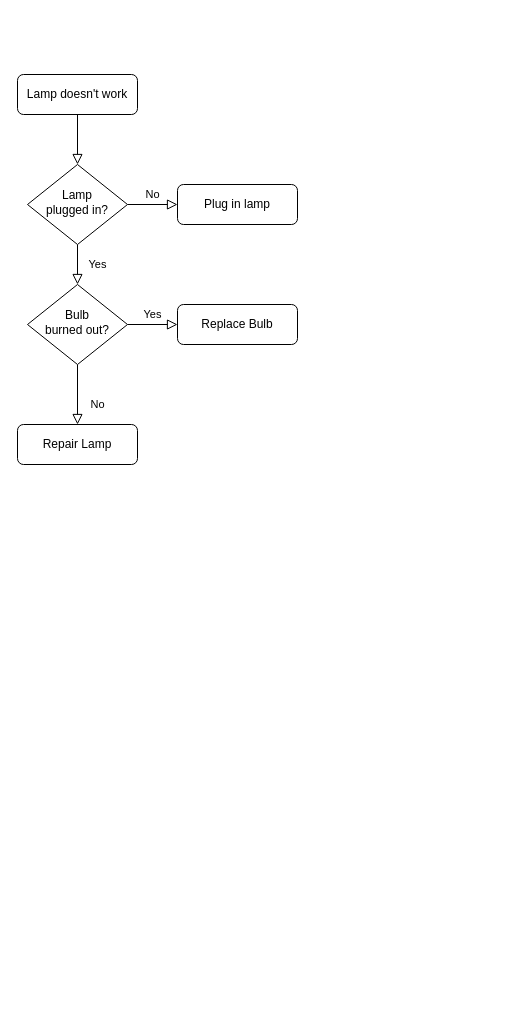
Above: Untitled Diagram.drawio in doushabao7466/firstGit (draw.io), before the change. Source tidied: cells renumbered, new cells numbered last; positions are measured from the earlier drawing's top-left corner, leaving out a move shared by most shapes. Both pictures are drawn from the tidied source at 100%, with x=0, y=0 at pixel (17, 74).
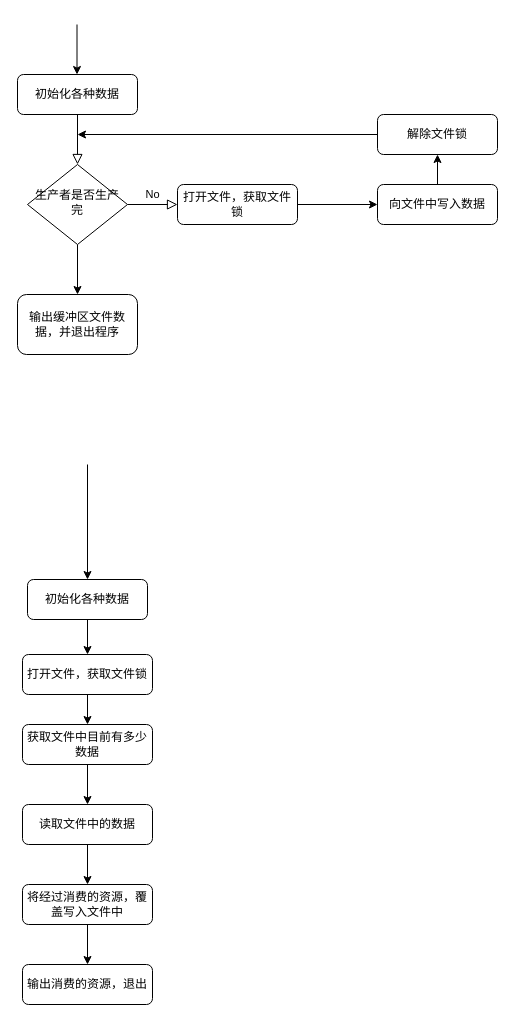
After the change.

Change to the diagram source:
```diff
@@
-    <mxCell id="3" value="Lamp doesn't work" style="rounded=1;whiteSpace=wrap;html=1;fontSize=12;glass=0;strokeWidth=1;shadow=0;" parent="1" vertex="1">
+    <mxCell id="3" value="初始化各种数据" style="rounded=1;whiteSpace=wrap;html=1;fontSize=12;glass=0;strokeWidth=1;shadow=0;" parent="1" vertex="1">
       <mxGeometry width="120" height="40" as="geometry" />
     </mxCell>
-    <mxCell id="4" value="Yes" style="rounded=0;html=1;jettySize=auto;fontSize=11;endArrow=block;endFill=0;endSize=8;strokeWidth=1;shadow=0;labelBackgroundColor=none;edgeStyle=orthogonalEdgeStyle;" parent="1" edge="1" source="6" target="10">
-      <mxGeometry y="20" relative="1" as="geometry" />
-    </mxCell>
@@
+    <mxCell id="13" style="edgeStyle=orthogonalEdgeStyle;rounded=0;jettySize=auto;html=1;exitX=0.5;exitY=1;exitDx=0;exitDy=0;entryX=0.5;entryY=0;entryDx=0;entryDy=0;" parent="1" edge="1" source="6" target="20">
+      <mxGeometry relative="1" as="geometry" />
+    </mxCell>
-    <mxCell id="6" value="Lamp&lt;br&gt;plugged in?" style="rhombus;whiteSpace=wrap;html=1;shadow=0;fontFamily=Helvetica;fontSize=12;align=center;strokeWidth=1;spacing=6;spacingTop=-4;" parent="1" vertex="1">
+    <mxCell id="6" value="生产者是否生产完" style="rhombus;whiteSpace=wrap;html=1;shadow=0;fontFamily=Helvetica;fontSize=12;align=center;strokeWidth=1;spacing=6;spacingTop=-4;" parent="1" vertex="1">
       <mxGeometry x="10" y="90" width="100" height="80" as="geometry" />
     </mxCell>
+    <mxCell id="14" style="edgeStyle=orthogonalEdgeStyle;rounded=0;jettySize=auto;html=1;" parent="1" edge="1" source="7" target="16">
+      <mxGeometry relative="1" as="geometry" />
+    </mxCell>
-    <mxCell id="7" value="Plug in lamp" style="rounded=1;whiteSpace=wrap;html=1;fontSize=12;glass=0;strokeWidth=1;shadow=0;" parent="1" vertex="1">
+    <mxCell id="7" value="打开文件，获取文件锁" style="rounded=1;whiteSpace=wrap;html=1;fontSize=12;glass=0;strokeWidth=1;shadow=0;" parent="1" vertex="1">
       <mxGeometry x="160" y="110" width="120" height="40" as="geometry" />
     </mxCell>
-    <mxCell id="8" value="No" style="rounded=0;html=1;jettySize=auto;fontSize=11;endArrow=block;endFill=0;endSize=8;strokeWidth=1;shadow=0;labelBackgroundColor=none;edgeStyle=orthogonalEdgeStyle;" parent="1" edge="1" source="10" target="11">
-      <mxGeometry x="0.33" y="20" relative="1" as="geometry" />
-    </mxCell>
-    <mxCell id="9" value="Yes" style="edgeStyle=orthogonalEdgeStyle;rounded=0;html=1;jettySize=auto;fontSize=11;endArrow=block;endFill=0;endSize=8;strokeWidth=1;shadow=0;labelBackgroundColor=none;" parent="1" edge="1" source="10" target="12">
-      <mxGeometry y="10" relative="1" as="geometry" />
-    </mxCell>
-    <mxCell id="10" value="Bulb&lt;br&gt;burned out?" style="rhombus;whiteSpace=wrap;html=1;shadow=0;fontFamily=Helvetica;fontSize=12;align=center;strokeWidth=1;spacing=6;spacingTop=-4;" parent="1" vertex="1">
-      <mxGeometry x="10" y="210" width="100" height="80" as="geometry" />
-    </mxCell>
-    <mxCell id="11" value="Repair Lamp" style="rounded=1;whiteSpace=wrap;html=1;fontSize=12;glass=0;strokeWidth=1;shadow=0;" parent="1" vertex="1">
-      <mxGeometry y="350" width="120" height="40" as="geometry" />
-    </mxCell>
-    <mxCell id="12" value="Replace Bulb" style="rounded=1;whiteSpace=wrap;html=1;fontSize=12;glass=0;strokeWidth=1;shadow=0;" parent="1" vertex="1">
-      <mxGeometry x="160" y="230" width="120" height="40" as="geometry" />
-    </mxCell>
+    <mxCell id="15" style="edgeStyle=orthogonalEdgeStyle;rounded=0;jettySize=auto;html=1;" parent="1" edge="1" source="16" target="18">
+      <mxGeometry relative="1" as="geometry" />
+    </mxCell>
+    <mxCell id="16" value="向文件中写入数据" style="rounded=1;whiteSpace=wrap;html=1;fontSize=12;glass=0;strokeWidth=1;shadow=0;" parent="1" vertex="1">
+      <mxGeometry x="360" y="110" width="120" height="40" as="geometry" />
+    </mxCell>
+    <mxCell id="17" style="edgeStyle=orthogonalEdgeStyle;rounded=0;jettySize=auto;html=1;" parent="1" edge="1" source="18">
+      <mxGeometry relative="1" as="geometry">
+        <mxPoint x="60" y="60" as="targetPoint" />
+      </mxGeometry>
+    </mxCell>
+    <mxCell id="18" value="解除文件锁" style="rounded=1;whiteSpace=wrap;html=1;fontSize=12;glass=0;strokeWidth=1;shadow=0;" parent="1" vertex="1">
+      <mxGeometry x="360" y="40" width="120" height="40" as="geometry" />
+    </mxCell>
+    <mxCell id="19" style="endArrow=classic;html=1;" parent="1" edge="1">
+      <mxGeometry relative="1" as="geometry">
+        <mxPoint x="59.5" y="-50" as="sourcePoint" />
+        <mxPoint x="59.5" as="targetPoint" />
+      </mxGeometry>
+    </mxCell>
+    <mxCell id="20" value="输出缓冲区文件数据，并退出程序" style="rounded=1;whiteSpace=wrap;html=1;" parent="1" vertex="1">
+      <mxGeometry y="220" width="120" height="60" as="geometry" />
+    </mxCell>
+    <mxCell id="21" style="edgeStyle=orthogonalEdgeStyle;rounded=0;jettySize=auto;html=1;" parent="1" edge="1" source="22" target="24">
+      <mxGeometry relative="1" as="geometry" />
+    </mxCell>
+    <mxCell id="22" value="初始化各种数据" style="rounded=1;whiteSpace=wrap;html=1;fontSize=12;glass=0;strokeWidth=1;shadow=0;" parent="1" vertex="1">
+      <mxGeometry x="10" y="505" width="120" height="40" as="geometry" />
+    </mxCell>
+    <mxCell id="23" style="edgeStyle=orthogonalEdgeStyle;rounded=0;jettySize=auto;html=1;" parent="1" edge="1" source="24" target="26">
+      <mxGeometry relative="1" as="geometry" />
+    </mxCell>
+    <mxCell id="24" value="打开文件，获取文件锁" style="rounded=1;whiteSpace=wrap;html=1;fontSize=12;glass=0;strokeWidth=1;shadow=0;" parent="1" vertex="1">
+      <mxGeometry x="5" y="580" width="130" height="40" as="geometry" />
+    </mxCell>
+    <mxCell id="25" style="edgeStyle=orthogonalEdgeStyle;rounded=0;jettySize=auto;html=1;" parent="1" edge="1" source="26" target="28">
+      <mxGeometry relative="1" as="geometry" />
+    </mxCell>
+    <mxCell id="26" value="获取文件中目前有多少数据" style="rounded=1;whiteSpace=wrap;html=1;fontSize=12;glass=0;strokeWidth=1;shadow=0;" parent="1" vertex="1">
+      <mxGeometry x="5" y="650" width="130" height="40" as="geometry" />
+    </mxCell>
+    <mxCell id="27" style="edgeStyle=orthogonalEdgeStyle;rounded=0;jettySize=auto;html=1;" parent="1" edge="1" source="28" target="30">
+      <mxGeometry relative="1" as="geometry" />
+    </mxCell>
+    <mxCell id="28" value="读取文件中的数据" style="rounded=1;whiteSpace=wrap;html=1;fontSize=12;glass=0;strokeWidth=1;shadow=0;" parent="1" vertex="1">
+      <mxGeometry x="5" y="730" width="130" height="40" as="geometry" />
+    </mxCell>
+    <mxCell id="29" style="edgeStyle=orthogonalEdgeStyle;rounded=0;jettySize=auto;html=1;" parent="1" edge="1" source="30" target="31">
+      <mxGeometry relative="1" as="geometry" />
+    </mxCell>
+    <mxCell id="30" value="将经过消费的资源，覆盖写入文件中" style="rounded=1;whiteSpace=wrap;html=1;fontSize=12;glass=0;strokeWidth=1;shadow=0;" parent="1" vertex="1">
+      <mxGeometry x="5" y="810" width="130" height="40" as="geometry" />
+    </mxCell>
+    <mxCell id="31" value="输出消费的资源，退出" style="rounded=1;whiteSpace=wrap;html=1;fontSize=12;glass=0;strokeWidth=1;shadow=0;" parent="1" vertex="1">
+      <mxGeometry x="5" y="890" width="130" height="40" as="geometry" />
+    </mxCell>
+    <mxCell id="32" style="endArrow=classic;html=1;entryX=0.5;entryY=0;entryDx=0;entryDy=0;" parent="1" edge="1" target="22">
+      <mxGeometry relative="1" as="geometry">
+        <mxPoint x="70" y="390" as="sourcePoint" />
+      </mxGeometry>
+    </mxCell>
```
